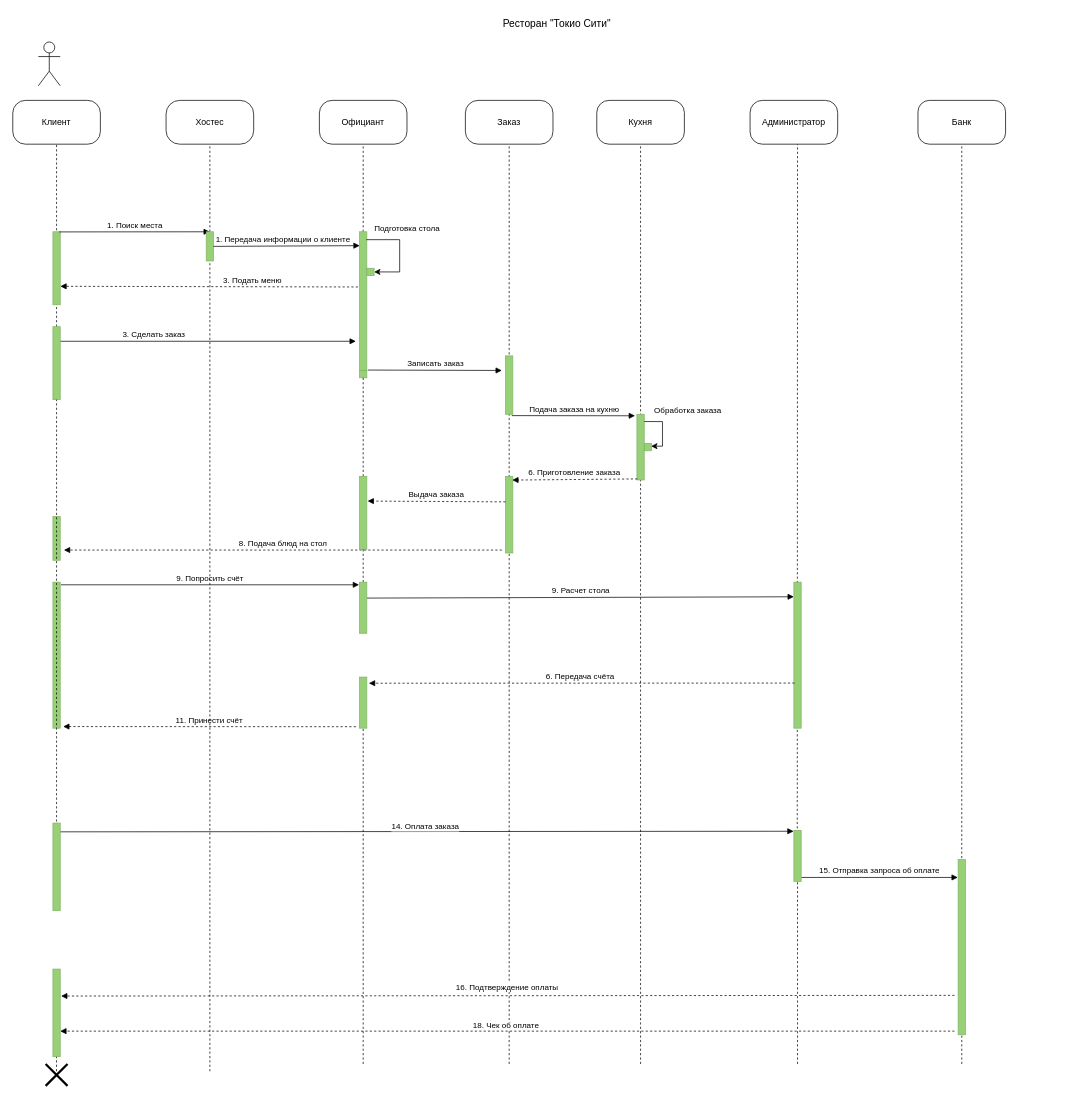
Earlier version of the draw.io diagram restaurant sequence.drawio (Usik177/Sequence_Diagram). Source tidied: cells renumbered, new cells numbered last; positions are measured from the earlier drawing's top-left corner, leaving out a move shared by most shapes. Both pictures are drawn from the tidied source at 73%, with x=0, y=0 at pixel (12, 12).
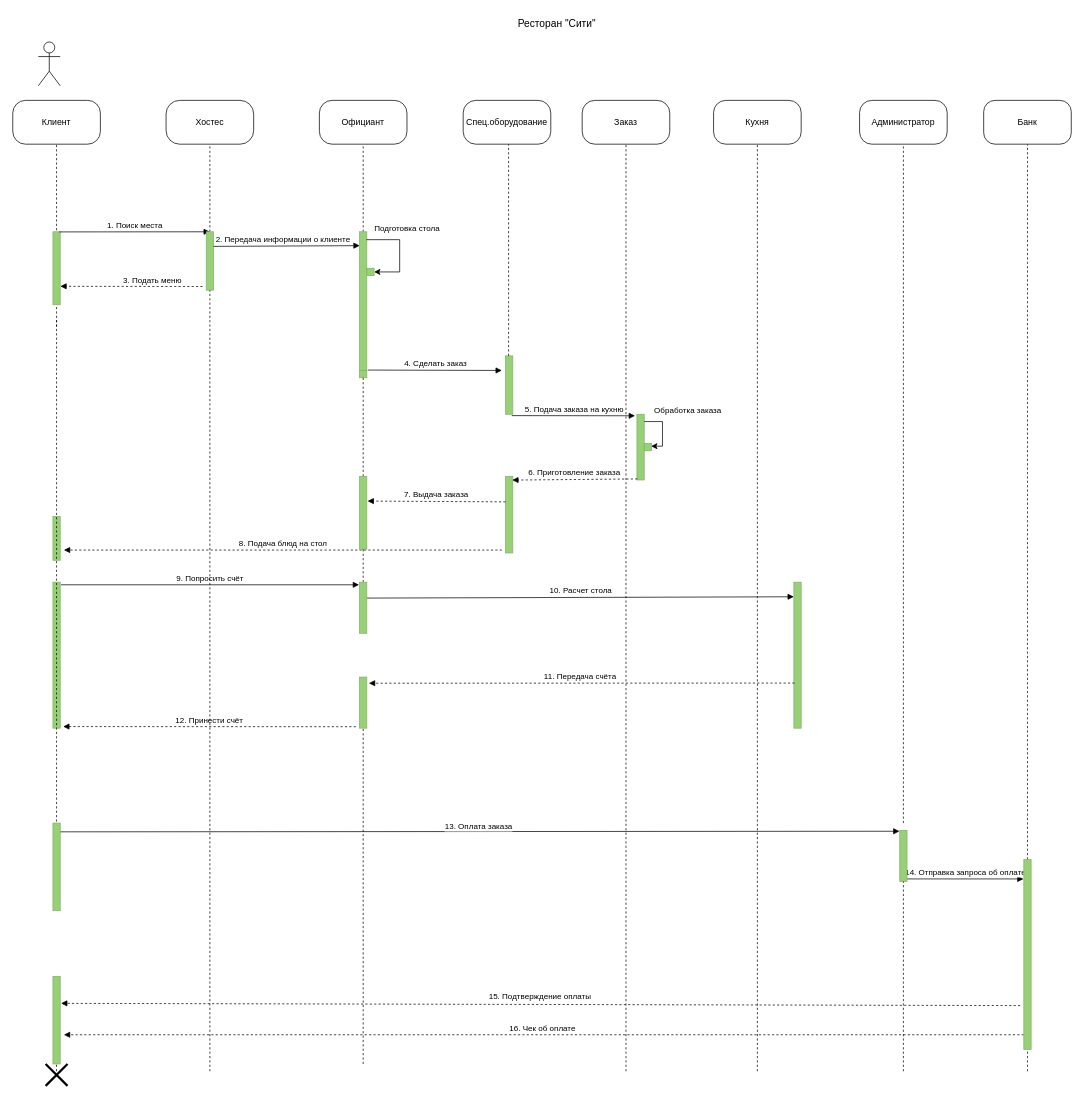
The same page after the edit.

Commit message:
внесены правки

The change refers to these unchanged cells:
```xml
<mxCell id="9" value="Клиент" style="rounded=1;whiteSpace=wrap;html=1;arcSize=29;" parent="1" vertex="1">
  <mxGeometry y="120" width="120" height="60" as="geometry" />
</mxCell>
<mxCell id="15" style="html=1;points=[];perimeter=orthogonalPerimeter;fillColor=#97D077;strokeColor=#82B366;" parent="1" vertex="1">
  <mxGeometry x="55" y="300" width="10" height="100" as="geometry" />
</mxCell>
<mxCell id="19" style="html=1;points=[];perimeter=orthogonalPerimeter;strokeColor=#82B366;fillColor=#97D077;" parent="1" vertex="1">
  <mxGeometry x="675" y="470" width="10" height="80" as="geometry" />
</mxCell>
<mxCell id="21" style="html=1;points=[];perimeter=orthogonalPerimeter;strokeColor=#82B366;fillColor=#97D077;" parent="1" vertex="1">
  <mxGeometry x="855" y="550" width="10" height="90" as="geometry" />
</mxCell>
<mxCell id="26" style="html=1;points=[];perimeter=orthogonalPerimeter;strokeColor=#82B366;fillColor=#97D077;" parent="1" vertex="1">
  <mxGeometry x="55" y="780" width="10" height="200" as="geometry" />
</mxCell>
<mxCell id="28" style="html=1;points=[];perimeter=orthogonalPerimeter;strokeColor=#82B366;fillColor=#97D077;" parent="1" vertex="1">
  <mxGeometry x="1070" y="780" width="10" height="200" as="geometry" />
</mxCell>
<mxCell id="41" style="html=1;points=[];perimeter=orthogonalPerimeter;strokeColor=#82B366;fillColor=#97D077;" parent="1" vertex="1">
  <mxGeometry x="475" y="300" width="10" height="190" as="geometry" />
</mxCell>
<mxCell id="55" style="html=1;points=[];perimeter=orthogonalPerimeter;strokeColor=#82B366;fillColor=#97D077;" parent="1" vertex="1">
  <mxGeometry x="475" y="635" width="10" height="100" as="geometry" />
</mxCell>
<mxCell id="59" style="html=1;points=[];perimeter=orthogonalPerimeter;strokeColor=#82B366;fillColor=#97D077;" parent="1" vertex="1">
  <mxGeometry x="475" y="910" width="10" height="70" as="geometry" />
</mxCell>
```

Change to the diagram source:
```diff
@@
     <mxCell id="2" style="endArrow=none;dashed=1;html=1;rounded=0;fontSize=14;entryX=0.5;entryY=1;entryDx=0;entryDy=0;" parent="1" edge="1" target="12">
       <mxGeometry relative="1" as="geometry">
-        <mxPoint x="860" y="1440" as="sourcePoint" />
+        <mxPoint x="1020" y="1450" as="sourcePoint" />
       </mxGeometry>
     </mxCell>
-    <mxCell id="3" style="endArrow=none;dashed=1;html=1;rounded=0;fontSize=14;entryX=0.5;entryY=1;entryDx=0;entryDy=0;" parent="1" edge="1" target="30">
-      <mxGeometry relative="1" as="geometry">
-        <mxPoint x="1300" y="1440" as="sourcePoint" />
-      </mxGeometry>
+    <mxCell id="3" style="endArrow=none;dashed=1;html=1;rounded=0;fontSize=14;entryX=0.5;entryY=1;entryDx=0;entryDy=0;startArrow=none;" parent="1" edge="1" source="32" target="30">
+      <mxGeometry relative="1" as="geometry" />
     </mxCell>
-    <mxCell id="4" style="endArrow=none;dashed=1;html=1;rounded=0;fontSize=14;startArrow=none;exitX=0.465;exitY=-0.038;exitDx=0;exitDy=0;exitPerimeter=0;" parent="1" edge="1" source="35">
+    <mxCell id="4" style="endArrow=none;dashed=1;html=1;rounded=0;fontSize=14;startArrow=none;entryX=0.5;entryY=1;entryDx=0;entryDy=0;" parent="1" edge="1" target="13">
       <mxGeometry relative="1" as="geometry">
-        <mxPoint x="1075" y="180" as="targetPoint" />
+        <mxPoint x="1220" y="1110" as="sourcePoint" />
       </mxGeometry>
     </mxCell>
-    <mxCell id="5" style="endArrow=none;dashed=1;html=1;rounded=0;fontSize=14;entryX=0.5;entryY=1;entryDx=0;entryDy=0;startArrow=none;" parent="1" edge="1" source="61" target="9">
-      <mxGeometry relative="1" as="geometry" />
+    <mxCell id="5" style="endArrow=none;dashed=1;html=1;rounded=0;fontSize=14;entryX=0.5;entryY=1;entryDx=0;entryDy=0;startArrow=none;" parent="1" edge="1" target="9">
+      <mxGeometry relative="1" as="geometry">
+        <mxPoint x="60" y="430" as="sourcePoint" />
+      </mxGeometry>
     </mxCell>
     <mxCell id="6" style="endArrow=none;dashed=1;html=1;rounded=0;fontSize=14;entryX=0.5;entryY=1;entryDx=0;entryDy=0;" parent="1" edge="1" target="10">
       <mxGeometry relative="1" as="geometry">
-        <mxPoint x="680" y="1440" as="sourcePoint" />
+        <mxPoint x="840" y="1450" as="sourcePoint" />
+        <Array as="points">
+          <mxPoint x="840" y="1430" />
+        </Array>
       </mxGeometry>
     </mxCell>
@@
     <mxCell id="10" value="Заказ" style="rounded=1;whiteSpace=wrap;html=1;arcSize=29;" parent="1" vertex="1">
-      <mxGeometry x="620" y="120" width="120" height="60" as="geometry" />
+      <mxGeometry x="780" y="120" width="120" height="60" as="geometry" />
     </mxCell>
@@
     <mxCell id="12" value="Кухня" style="rounded=1;whiteSpace=wrap;html=1;arcSize=28;" parent="1" vertex="1">
-      <mxGeometry x="800" y="120" width="120" height="60" as="geometry" />
+      <mxGeometry x="960" y="120" width="120" height="60" as="geometry" />
     </mxCell>
     <mxCell id="13" value="Администратор" style="rounded=1;whiteSpace=wrap;html=1;arcSize=28;" parent="1" vertex="1">
-      <mxGeometry x="1010" y="120" width="120" height="60" as="geometry" />
+      <mxGeometry x="1160" y="120" width="120" height="60" as="geometry" />
     </mxCell>
@@
-    <mxCell id="17" value="3. Подать меню" style="html=1;verticalAlign=bottom;endArrow=block;rounded=0;entryX=1.014;entryY=0.747;entryDx=0;entryDy=0;entryPerimeter=0;exitX=-0.218;exitY=0.398;exitDx=0;exitDy=0;exitPerimeter=0;dashed=1;" parent="1" edge="1" source="41" target="15">
-      <mxGeometry x="-0.29" relative="1" as="geometry" />
+    <mxCell id="17" value="3. Подать меню" style="html=1;verticalAlign=bottom;endArrow=block;rounded=0;entryX=1.014;entryY=0.747;entryDx=0;entryDy=0;entryPerimeter=0;dashed=1;" parent="1" edge="1" target="15">
+      <mxGeometry x="-0.29" relative="1" as="geometry">
+        <mxPoint x="260" y="375" as="sourcePoint" />
+      </mxGeometry>
     </mxCell>
-    <mxCell id="18" value="3. Сделать заказ" style="html=1;verticalAlign=bottom;endArrow=block;rounded=0;endSize=6;exitX=0.5;exitY=0.2;exitDx=0;exitDy=0;exitPerimeter=0;" parent="1" edge="1" source="61">
-      <mxGeometry x="-0.35" relative="1" as="geometry">
-        <mxPoint x="470" y="450" as="targetPoint" />
-      </mxGeometry>
-    </mxCell>
@@
-    <mxCell id="20" value="Записать заказ" style="html=1;verticalAlign=bottom;endArrow=block;rounded=0;exitX=1.14;exitY=0.997;exitDx=0;exitDy=0;exitPerimeter=0;" parent="1" edge="1" source="41">
+    <mxCell id="20" value="4. Сделать заказ" style="html=1;verticalAlign=bottom;endArrow=block;rounded=0;exitX=1.14;exitY=0.997;exitDx=0;exitDy=0;exitPerimeter=0;" parent="1" edge="1" source="41">
       <mxGeometry x="0.01" relative="1" as="geometry">
         <mxPoint x="670" y="490" as="targetPoint" />
       </mxGeometry>
     </mxCell>
@@
-    <mxCell id="22" value="Подача заказа на кухню" style="html=1;verticalAlign=bottom;endArrow=block;rounded=0;exitX=0.86;exitY=1.023;exitDx=0;exitDy=0;exitPerimeter=0;entryX=-0.26;entryY=0.023;entryDx=0;entryDy=0;entryPerimeter=0;" parent="1" edge="1" source="19" target="21">
+    <mxCell id="22" value="5. Подача заказа на кухню" style="html=1;verticalAlign=bottom;endArrow=block;rounded=0;exitX=0.86;exitY=1.023;exitDx=0;exitDy=0;exitPerimeter=0;entryX=-0.26;entryY=0.023;entryDx=0;entryDy=0;entryPerimeter=0;" parent="1" edge="1" source="19" target="21">
       <mxGeometry x="0.01" relative="1" as="geometry" />
     </mxCell>
@@
-    <mxCell id="29" value="11. Принести счёт" style="html=1;verticalAlign=bottom;endArrow=block;rounded=0;entryX=1.4;entryY=0.989;entryDx=0;entryDy=0;entryPerimeter=0;dashed=1;" parent="1" edge="1" target="26">
+    <mxCell id="29" value="12. Принести счёт" style="html=1;verticalAlign=bottom;endArrow=block;rounded=0;entryX=1.4;entryY=0.989;entryDx=0;entryDy=0;entryPerimeter=0;dashed=1;" parent="1" edge="1" target="26">
       <mxGeometry relative="1" as="geometry">
         <mxPoint x="470" y="978" as="sourcePoint" />
       </mxGeometry>
     </mxCell>
     <mxCell id="30" value="Банк" style="rounded=1;whiteSpace=wrap;html=1;arcSize=26;" parent="1" vertex="1">
-      <mxGeometry x="1240" y="120" width="120" height="60" as="geometry" />
+      <mxGeometry x="1330" y="120" width="120" height="60" as="geometry" />
     </mxCell>
-    <mxCell id="31" value="14. Оплата заказа" style="html=1;verticalAlign=bottom;endArrow=block;rounded=0;entryX=-0.033;entryY=0.017;entryDx=0;entryDy=0;entryPerimeter=0;exitX=0.8;exitY=0.007;exitDx=0;exitDy=0;exitPerimeter=0;" parent="1" edge="1" target="35">
+    <mxCell id="31" value="13. Оплата заказа" style="html=1;verticalAlign=bottom;endArrow=block;rounded=0;entryX=-0.033;entryY=0.017;entryDx=0;entryDy=0;entryPerimeter=0;exitX=0.8;exitY=0.007;exitDx=0;exitDy=0;exitPerimeter=0;" parent="1" edge="1" target="35">
       <mxGeometry y="-2" relative="1" as="geometry">
         <mxPoint x="63" y="1122" as="sourcePoint" />
         <mxPoint x="-1" as="offset" />
       </mxGeometry>
     </mxCell>
-    <mxCell id="32" style="html=1;points=[];perimeter=orthogonalPerimeter;strokeColor=#82B366;fillColor=#97D077;" parent="1" vertex="1">
-      <mxGeometry x="1295" y="1160" width="10" height="240" as="geometry" />
-    </mxCell>
-    <mxCell id="33" value="15. Отправка запроса об оплате" style="html=1;verticalAlign=bottom;endArrow=block;rounded=0;entryX=-0.04;entryY=0.102;entryDx=0;entryDy=0;entryPerimeter=0;" parent="1" edge="1" source="35" target="32">
+    <mxCell id="33" value="14. Отправка запроса об оплате" style="html=1;verticalAlign=bottom;endArrow=block;rounded=0;entryX=-0.04;entryY=0.102;entryDx=0;entryDy=0;entryPerimeter=0;" parent="1" edge="1" source="35" target="32">
       <mxGeometry relative="1" as="geometry" />
     </mxCell>
-    <mxCell id="34" value="16. Подтверждение оплаты" style="html=1;verticalAlign=bottom;endArrow=block;rounded=0;entryX=1.114;entryY=0.308;entryDx=0;entryDy=0;entryPerimeter=0;dashed=1;" parent="1" edge="1" target="66">
+    <mxCell id="34" value="15. Подтверждение оплаты" style="html=1;verticalAlign=bottom;endArrow=block;rounded=0;entryX=1.114;entryY=0.308;entryDx=0;entryDy=0;entryPerimeter=0;dashed=1;" parent="1" edge="1" target="66">
       <mxGeometry y="-2" relative="1" as="geometry">
-        <mxPoint x="1290" y="1346" as="sourcePoint" />
+        <mxPoint x="1380" y="1360" as="sourcePoint" />
         <mxPoint x="-1" as="offset" />
       </mxGeometry>
     </mxCell>
     <mxCell id="35" style="html=1;points=[];perimeter=orthogonalPerimeter;strokeColor=#82B366;fillColor=#97D077;" parent="1" vertex="1">
-      <mxGeometry x="1070" y="1120" width="10" height="70" as="geometry" />
+      <mxGeometry x="1215" y="1120" width="10" height="70" as="geometry" />
     </mxCell>
     <mxCell id="36" style="endArrow=none;dashed=1;html=1;rounded=0;fontSize=14;entryX=0.5;entryY=1;entryDx=0;entryDy=0;" parent="1" edge="1" target="35">
       <mxGeometry relative="1" as="geometry">
-        <mxPoint x="1075" y="1440" as="sourcePoint" />
+        <mxPoint x="1220" y="1450" as="sourcePoint" />
       </mxGeometry>
     </mxCell>
@@
-    <mxCell id="38" value="18. Чек об оплате&amp;nbsp;" style="html=1;verticalAlign=bottom;endArrow=block;rounded=0;entryX=1;entryY=0.982;entryDx=0;entryDy=0;entryPerimeter=0;dashed=1;" parent="1" edge="1">
+    <mxCell id="38" value="16. Чек об оплате&amp;nbsp;" style="html=1;verticalAlign=bottom;endArrow=block;rounded=0;dashed=1;" parent="1" edge="1" source="32">
       <mxGeometry y="1" relative="1" as="geometry">
-        <mxPoint x="1290" y="1395" as="sourcePoint" />
-        <mxPoint x="65" y="1395" as="targetPoint" />
+        <mxPoint x="70" y="1400" as="targetPoint" />
       </mxGeometry>
     </mxCell>
     <mxCell id="39" style="html=1;points=[];perimeter=orthogonalPerimeter;fillColor=#97D077;strokeColor=#82B366;" parent="1" vertex="1">
-      <mxGeometry x="265" y="300" width="10" height="40" as="geometry" />
+      <mxGeometry x="265" y="300" width="10" height="80" as="geometry" />
     </mxCell>
@@
-    <mxCell id="44" value="9. Расчет стола" style="html=1;verticalAlign=bottom;endArrow=block;rounded=0;entryX=0;entryY=0.1;entryDx=0;entryDy=0;entryPerimeter=0;exitX=1.1;exitY=0.018;exitDx=0;exitDy=0;exitPerimeter=0;" parent="1" edge="1" target="28">
+    <mxCell id="44" value="10. Расчет стола" style="html=1;verticalAlign=bottom;endArrow=block;rounded=0;entryX=0;entryY=0.1;entryDx=0;entryDy=0;entryPerimeter=0;exitX=1.1;exitY=0.018;exitDx=0;exitDy=0;exitPerimeter=0;" parent="1" edge="1" target="28">
       <mxGeometry relative="1" as="geometry">
         <mxPoint x="485" y="801.8" as="sourcePoint" />
       </mxGeometry>
     </mxCell>
-    <mxCell id="45" value="6. Передача счёта" style="html=1;verticalAlign=bottom;endArrow=block;rounded=0;exitX=0.083;exitY=0.691;exitDx=0;exitDy=0;exitPerimeter=0;dashed=1;entryX=1.278;entryY=0.12;entryDx=0;entryDy=0;entryPerimeter=0;" parent="1" edge="1" source="28" target="59">
+    <mxCell id="45" value="11. Передача счёта" style="html=1;verticalAlign=bottom;endArrow=block;rounded=0;exitX=0.083;exitY=0.691;exitDx=0;exitDy=0;exitPerimeter=0;dashed=1;entryX=1.278;entryY=0.12;entryDx=0;entryDy=0;entryPerimeter=0;" parent="1" edge="1" source="28" target="59">
       <mxGeometry x="0.01" relative="1" as="geometry" />
     </mxCell>
-    <mxCell id="46" value="1. Передача информации о клиенте" style="html=1;verticalAlign=bottom;endArrow=block;rounded=0;exitX=0.862;exitY=0.002;exitDx=0;exitDy=0;exitPerimeter=0;entryX=0.027;entryY=0.1;entryDx=0;entryDy=0;entryPerimeter=0;" parent="1" edge="1" target="41">
+    <mxCell id="46" value="2. Передача информации о клиенте" style="html=1;verticalAlign=bottom;endArrow=block;rounded=0;exitX=0.862;exitY=0.002;exitDx=0;exitDy=0;exitPerimeter=0;entryX=0.027;entryY=0.1;entryDx=0;entryDy=0;entryPerimeter=0;" parent="1" edge="1" target="41">
       <mxGeometry x="-0.05" y="1" relative="1" as="geometry">
         <mxPoint x="275" y="320" as="sourcePoint" />
       </mxGeometry>
     </mxCell>
@@
-    <mxCell id="57" value="Выдача заказа" style="html=1;verticalAlign=bottom;endArrow=block;rounded=0;exitX=0.06;exitY=0.984;exitDx=0;exitDy=0;exitPerimeter=0;entryX=1.104;entryY=0.339;entryDx=0;entryDy=0;entryPerimeter=0;dashed=1;" parent="1" edge="1" target="55">
+    <mxCell id="57" value="7. Выдача заказа" style="html=1;verticalAlign=bottom;endArrow=block;rounded=0;exitX=0.06;exitY=0.984;exitDx=0;exitDy=0;exitPerimeter=0;entryX=1.104;entryY=0.339;entryDx=0;entryDy=0;entryPerimeter=0;dashed=1;" parent="1" edge="1" target="55">
       <mxGeometry x="0.01" relative="1" as="geometry">
         <mxPoint x="675" y="670" as="sourcePoint" />
       </mxGeometry>
     </mxCell>
@@
-    <mxCell id="61" style="html=1;points=[];perimeter=orthogonalPerimeter;strokeColor=#82B366;gradientColor=none;fillColor=#97D077;" parent="1" vertex="1">
-      <mxGeometry x="55" y="430" width="10" height="100" as="geometry" />
-    </mxCell>
-    <mxCell id="62" style="endArrow=none;dashed=1;html=1;rounded=0;fontSize=14;entryX=0.5;entryY=1;entryDx=0;entryDy=0;startArrow=none;" parent="1" edge="1" target="61">
+    <mxCell id="62" style="endArrow=none;dashed=1;html=1;rounded=0;fontSize=14;startArrow=none;" parent="1" edge="1">
       <mxGeometry relative="1" as="geometry">
         <mxPoint x="60" y="1120" as="sourcePoint" />
+        <mxPoint x="60" y="420" as="targetPoint" />
         <Array as="points">
           <mxPoint x="60" y="680" />
         </Array>
       </mxGeometry>
     </mxCell>
@@
-    <mxCell id="64" value="Ресторан &quot;Токио Сити&quot;" style="text;html=1;align=center;verticalAlign=middle;strokeColor=none;fillColor=none;fontSize=14;" parent="1" vertex="1">
-      <mxGeometry x="660" width="170" height="30" as="geometry" />
+    <mxCell id="64" value="Ресторан &quot;Сити&quot;" style="text;html=1;align=center;verticalAlign=middle;strokeColor=none;fillColor=none;fontSize=14;" parent="1" vertex="1">
+      <mxGeometry x="680" width="130" height="30" as="geometry" />
     </mxCell>
@@
     <mxCell id="66" style="html=1;points=[];perimeter=orthogonalPerimeter;strokeColor=#82B366;fillColor=#97D077;" parent="1" vertex="1">
-      <mxGeometry x="55" y="1310" width="10" height="120" as="geometry" />
+      <mxGeometry x="55" y="1320" width="10" height="120" as="geometry" />
     </mxCell>
@@
+    <mxCell id="68" value="Спец.оборудование" style="rounded=1;whiteSpace=wrap;html=1;arcSize=29;" parent="1" vertex="1">
+      <mxGeometry x="617" y="120" width="120" height="60" as="geometry" />
+    </mxCell>
+    <mxCell id="69" style="endArrow=none;dashed=1;html=1;rounded=0;fontSize=14;entryX=0.5;entryY=1;entryDx=0;entryDy=0;startArrow=none;" parent="1" edge="1" source="19">
+      <mxGeometry relative="1" as="geometry">
+        <mxPoint x="679.2" y="180" as="targetPoint" />
+      </mxGeometry>
+    </mxCell>
+    <mxCell id="32" style="html=1;points=[];perimeter=orthogonalPerimeter;strokeColor=#82B366;fillColor=#97D077;" parent="1" vertex="1">
+      <mxGeometry x="1385" y="1160" width="10" height="260" as="geometry" />
+    </mxCell>
+    <mxCell id="70" style="endArrow=none;dashed=1;html=1;rounded=0;fontSize=14;entryX=0.5;entryY=1;entryDx=0;entryDy=0;" parent="1" edge="1" target="32">
+      <mxGeometry relative="1" as="geometry">
+        <mxPoint x="1390" y="1450" as="sourcePoint" />
+      </mxGeometry>
+    </mxCell>
```
